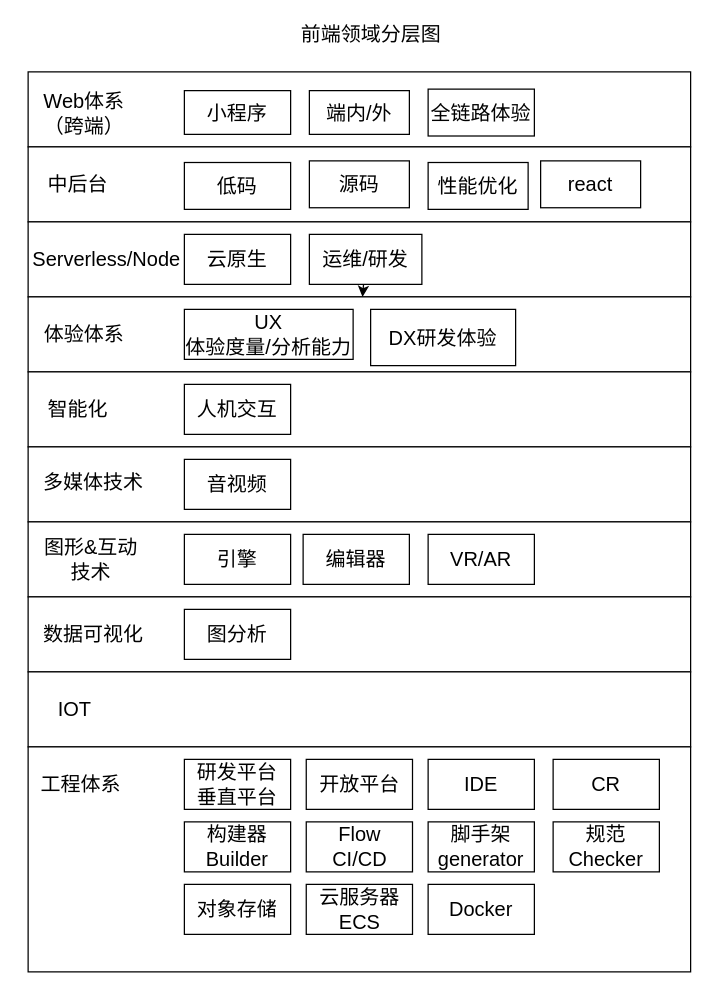
XingMXTeam/maoxunxing.com keeps this draw.io diagram as content/posts/personal-grow/tech-model.drawio. Above is the earlier version. Source tidied: cells renumbered, new cells numbered last; positions are measured from the earlier drawing's top-left corner, leaving out a move shared by most shapes. Both pictures are drawn from the tidied source at 125%, with x=0, y=0 at pixel (21, 21).
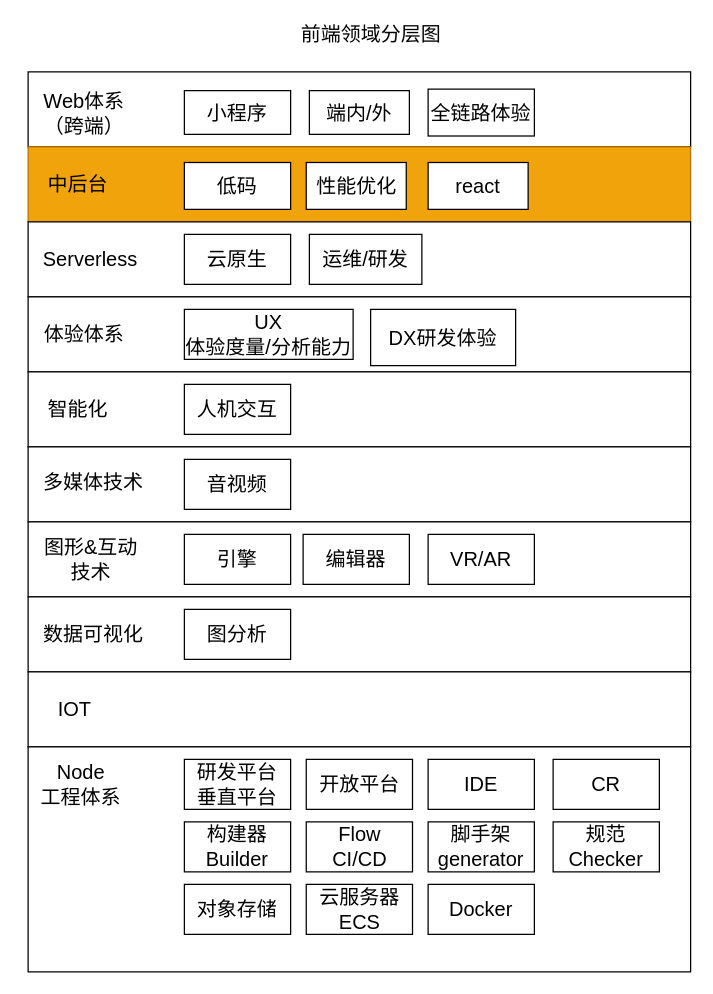
The same diagram, later.

The change refers to these unchanged cells:
```xml
<mxCell id="7" style="rounded=0;whiteSpace=wrap;html=1;" parent="1" vertex="1">
  <mxGeometry x="5" y="220" width="530" height="60" as="geometry" />
</mxCell>
<mxCell id="25" value="运维/研发" style="rounded=0;whiteSpace=wrap;html=1;fontSize=16;" parent="1" vertex="1">
  <mxGeometry x="230" y="170" width="90" height="40" as="geometry" />
</mxCell>
```

Diff of the diagram source:
```diff
@@
-    <mxCell id="5" style="rounded=0;whiteSpace=wrap;html=1;" parent="1" vertex="1">
+    <mxCell id="5" style="rounded=0;whiteSpace=wrap;html=1;fillColor=#f0a30a;fontColor=#000000;strokeColor=#BD7000;" parent="1" vertex="1">
       <mxGeometry x="5" y="100" width="530" height="60" as="geometry" />
     </mxCell>
@@
-    <mxCell id="11" value="Serverless/Node" style="text;html=1;strokeColor=none;fillColor=none;align=center;verticalAlign=middle;whiteSpace=wrap;rounded=0;fontSize=16;" parent="1" vertex="1">
-      <mxGeometry x="37.5" y="175" width="60" height="30" as="geometry" />
+    <mxCell id="11" value="Serverless" style="text;html=1;strokeColor=none;fillColor=none;align=center;verticalAlign=middle;whiteSpace=wrap;rounded=0;fontSize=16;" parent="1" vertex="1">
+      <mxGeometry x="25" y="175" width="60" height="30" as="geometry" />
     </mxCell>
@@
-    <mxCell id="20" value="源码" style="rounded=0;whiteSpace=wrap;html=1;fontSize=16;" parent="1" vertex="1">
-      <mxGeometry x="230" y="111.2" width="80" height="37.5" as="geometry" />
-    </mxCell>
@@
-    <mxCell id="24" style="edgeStyle=none;html=1;" parent="1" edge="1" source="25" target="7">
-      <mxGeometry relative="1" as="geometry" />
-    </mxCell>
@@
-    <mxCell id="38" value="工程体系" style="text;html=1;strokeColor=none;fillColor=none;align=center;verticalAlign=middle;whiteSpace=wrap;rounded=0;fontSize=16;" parent="1" vertex="1">
+    <mxCell id="38" value="Node&lt;br&gt;工程体系" style="text;html=1;strokeColor=none;fillColor=none;align=center;verticalAlign=middle;whiteSpace=wrap;rounded=0;fontSize=16;" parent="1" vertex="1">
       <mxGeometry x="5" y="595" width="85" height="30" as="geometry" />
     </mxCell>
@@
     <mxCell id="50" value="性能优化" style="rounded=0;whiteSpace=wrap;html=1;fontSize=16;" parent="1" vertex="1">
-      <mxGeometry x="325" y="112.5" width="80" height="37.5" as="geometry" />
+      <mxGeometry x="227.5" y="112.5" width="80" height="37.5" as="geometry" />
     </mxCell>
     <mxCell id="51" value="react" style="rounded=0;whiteSpace=wrap;html=1;fontSize=16;" parent="1" vertex="1">
-      <mxGeometry x="415" y="111.2" width="80" height="37.5" as="geometry" />
+      <mxGeometry x="325" y="112.5" width="80" height="37.5" as="geometry" />
     </mxCell>
```
